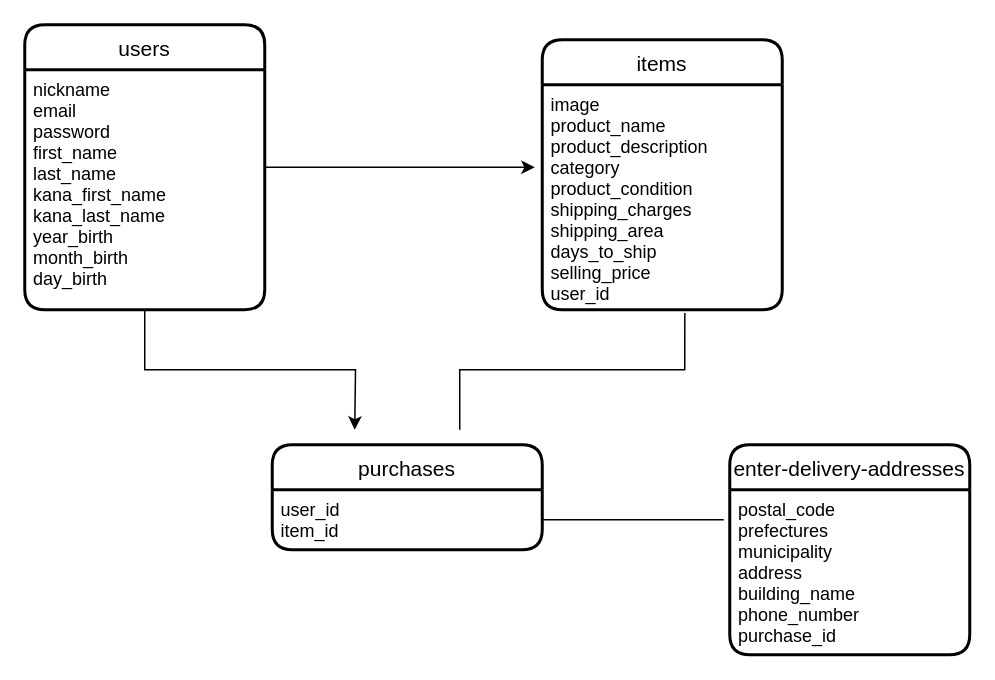
The draw.io diagram ER.dio in morodomimasaki/furima-33501, before the edit. Source tidied: cells renumbered, new cells numbered last; positions are measured from the earlier drawing's top-left corner, leaving out a move shared by most shapes. Both pictures are drawn from the tidied source at 150%, with x=0, y=0 at pixel (24, 24).
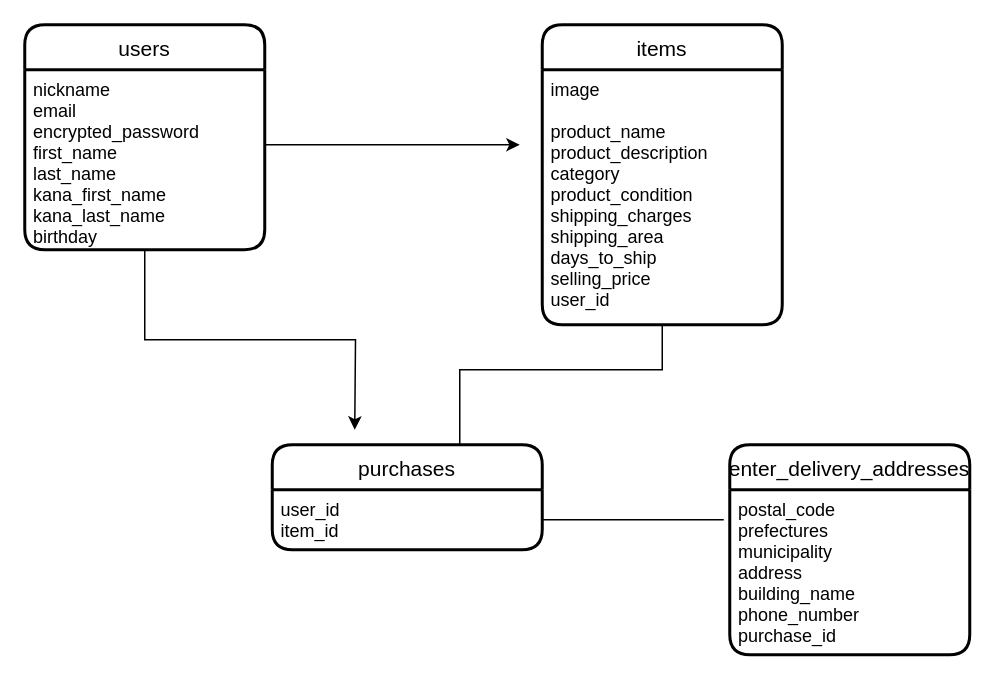
The same diagram, later.

Commit message (it also covers changes not shown here):
データベース設計修正

The edit, as a diff of the source:
```diff
@@
 <mxGraphModel>
   <root>
     <mxCell id="0" />
     <mxCell id="1" parent="0" />
     <mxCell id="2" style="edgeStyle=orthogonalEdgeStyle;rounded=0;jettySize=auto;html=1;fontFamily=Helvetica;" parent="1" edge="1" source="3">
       <mxGeometry relative="1" as="geometry">
-        <mxPoint x="340" y="95" as="targetPoint" />
+        <mxPoint x="330" y="80" as="targetPoint" />
+        <Array as="points">
+          <mxPoint x="330" y="80" />
+        </Array>
       </mxGeometry>
     </mxCell>
     <mxCell id="3" value="users" style="swimlane;horizontal=1;startSize=30;rounded=1;fontSize=14;fontStyle=0;strokeWidth=2;shadow=0;dashed=0;align=center;" parent="1" vertex="1">
-      <mxGeometry width="160" height="190" as="geometry" />
+      <mxGeometry width="160" height="150" as="geometry" />
     </mxCell>
-    <mxCell id="4" value="nickname&#10;email&#10;password&#10;first_name&#10;last_name&#10;kana_first_name&#10;kana_last_name&#10;year_birth&#10;month_birth&#10;day_birth" style="align=left;strokeColor=none;fillColor=none;spacingLeft=4;fontSize=12;verticalAlign=top;" parent="3" vertex="1">
-      <mxGeometry y="30" width="160" height="160" as="geometry" />
+    <mxCell id="4" value="nickname&#10;email&#10;encrypted_password&#10;first_name&#10;last_name&#10;kana_first_name&#10;kana_last_name&#10;birthday" style="align=left;strokeColor=none;fillColor=none;spacingLeft=4;fontSize=12;verticalAlign=top;" parent="3" vertex="1">
+      <mxGeometry y="30" width="160" height="120" as="geometry" />
     </mxCell>
     <mxCell id="5" value="items" style="swimlane;horizontal=1;startSize=30;rounded=1;fontSize=14;fontStyle=0;strokeWidth=2;shadow=0;dashed=0;align=center;" parent="1" vertex="1">
-      <mxGeometry x="345" y="10" width="160" height="180" as="geometry" />
+      <mxGeometry x="345" width="160" height="200" as="geometry" />
     </mxCell>
-    <mxCell id="6" value="image&#10;product_name&#10;product_description&#10;category&#10;product_condition&#10;shipping_charges&#10;shipping_area&#10;days_to_ship&#10;selling_price&#10;user_id" style="align=left;strokeColor=none;fillColor=none;spacingLeft=4;fontSize=12;verticalAlign=top;" parent="5" vertex="1">
-      <mxGeometry y="30" width="160" height="150" as="geometry" />
+    <mxCell id="6" value="image&#10;&#10;product_name&#10;product_description&#10;category&#10;product_condition&#10;shipping_charges&#10;shipping_area&#10;days_to_ship&#10;selling_price&#10;user_id" style="align=left;strokeColor=none;fillColor=none;spacingLeft=4;fontSize=12;verticalAlign=top;" parent="5" vertex="1">
+      <mxGeometry y="30" width="160" height="170" as="geometry" />
     </mxCell>
     <mxCell id="7" style="edgeStyle=orthogonalEdgeStyle;rounded=0;orthogonalLoop=1;jettySize=auto;html=1;exitX=0.5;exitY=1;exitDx=0;exitDy=0;fontFamily=Helvetica;" parent="5" edge="1" source="6" target="6">
       <mxGeometry relative="1" as="geometry" />
     </mxCell>
     <mxCell id="8" value="purchases" style="swimlane;horizontal=1;startSize=30;rounded=1;fontSize=14;fontStyle=0;strokeWidth=2;shadow=0;dashed=0;align=center;" parent="1" vertex="1">
       <mxGeometry x="165" y="280" width="180" height="70" as="geometry" />
     </mxCell>
     <mxCell id="9" value="user_id&#10;item_id" style="align=left;strokeColor=none;fillColor=none;spacingLeft=4;fontSize=12;verticalAlign=top;" parent="8" vertex="1">
       <mxGeometry y="30" width="180" height="40" as="geometry" />
     </mxCell>
     <mxCell id="10" style="edgeStyle=orthogonalEdgeStyle;rounded=0;jettySize=auto;html=1;exitX=0.5;exitY=1;exitDx=0;exitDy=0;fontFamily=Helvetica;" parent="1" edge="1" source="4">
       <mxGeometry relative="1" as="geometry">
         <mxPoint x="220" y="270" as="targetPoint" />
       </mxGeometry>
     </mxCell>
-    <mxCell id="11" style="endArrow=none;html=1;rounded=0;fontFamily=Helvetica;entryX=0.594;entryY=1.014;entryDx=0;entryDy=0;entryPerimeter=0;" parent="1" edge="1" target="6">
-      <mxGeometry relative="1" as="geometry">
-        <mxPoint x="290" y="270" as="sourcePoint" />
-        <Array as="points">
-          <mxPoint x="290" y="240" />
-          <mxPoint x="290" y="230" />
-          <mxPoint x="440" y="230" />
-        </Array>
-      </mxGeometry>
-    </mxCell>
-    <mxCell id="12" value="enter-delivery-addresses" style="swimlane;horizontal=1;startSize=30;rounded=1;fontSize=14;fontStyle=0;strokeWidth=2;shadow=0;dashed=0;align=center;" parent="1" vertex="1">
+    <mxCell id="12" value="enter_delivery_addresses" style="swimlane;horizontal=1;startSize=30;rounded=1;fontSize=14;fontStyle=0;strokeWidth=2;shadow=0;dashed=0;align=center;" parent="1" vertex="1">
       <mxGeometry x="470" y="280" width="160" height="140" as="geometry" />
     </mxCell>
     <mxCell id="13" value="postal_code&#10;prefectures&#10;municipality&#10;address&#10;building_name&#10;phone_number&#10;purchase_id  " style="align=left;strokeColor=none;fillColor=none;spacingLeft=4;fontSize=12;verticalAlign=top;" parent="12" vertex="1">
       <mxGeometry y="30" width="160" height="110" as="geometry" />
     </mxCell>
     <mxCell id="14" style="endArrow=none;html=1;rounded=0;fontFamily=Helvetica;exitX=1;exitY=0.5;exitDx=0;exitDy=0;entryX=-0.025;entryY=0.182;entryDx=0;entryDy=0;entryPerimeter=0;" parent="1" edge="1" source="9" target="13">
       <mxGeometry relative="1" as="geometry" />
     </mxCell>
+    <mxCell id="11" style="endArrow=none;html=1;rounded=0;fontFamily=Helvetica;entryX=0.5;entryY=1;entryDx=0;entryDy=0;" parent="1" edge="1" target="6">
+      <mxGeometry relative="1" as="geometry">
+        <mxPoint x="290" y="280" as="sourcePoint" />
+        <Array as="points">
+          <mxPoint x="290" y="240" />
+          <mxPoint x="290" y="230" />
+          <mxPoint x="425" y="230" />
+        </Array>
+      </mxGeometry>
+    </mxCell>
   </root>
 </mxGraphModel>
```
